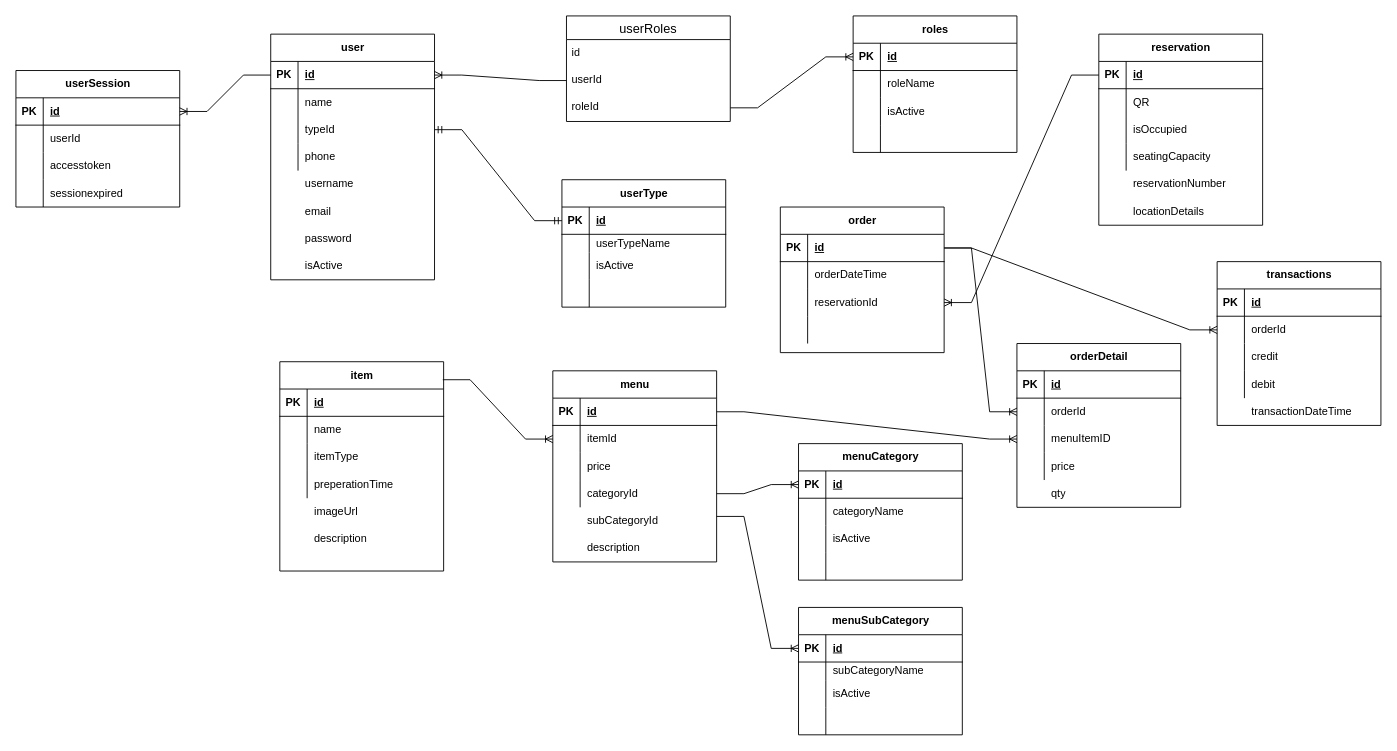
zakk616/resturant-erd keeps this draw.io diagram as resturant-erd.drawio. Above is the earlier version. Source tidied: cells renumbered, new cells numbered last; positions are measured from the earlier drawing's top-left corner, leaving out a move shared by most shapes. Both pictures are drawn from the tidied source at 91%, with x=0, y=0 at pixel (15, 15).
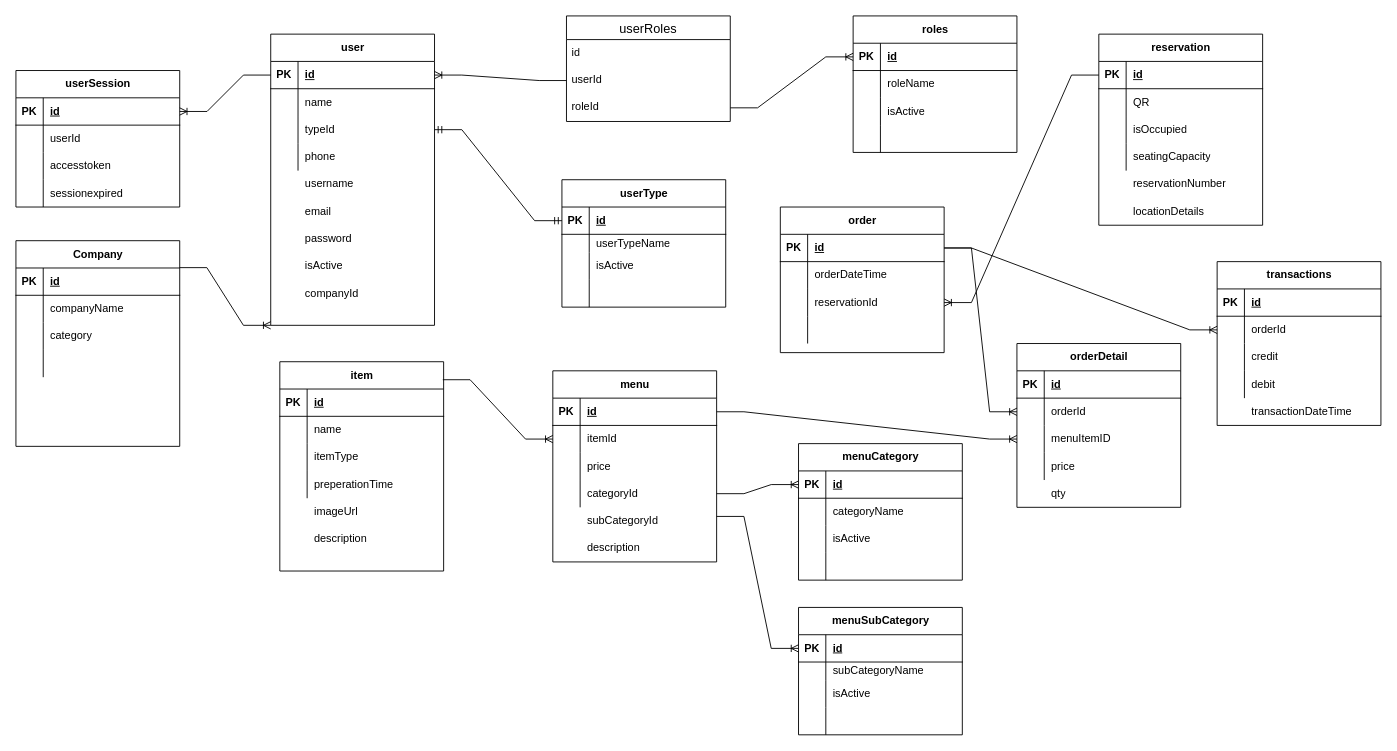
Above is the later version.

Diff of the diagram source:
```diff
@@
     <mxCell id="2" value="user" style="shape=table;startSize=30;childLayout=tableLayout;rowLines=0;fontStyle=1;align=center;html=1;" parent="1" vertex="1">
-      <mxGeometry x="280" y="20" width="180" height="270" as="geometry" />
+      <mxGeometry x="280" y="20" width="180" height="320" as="geometry" />
     </mxCell>
@@
+    <mxCell id="186" value="Company" style="shape=table;startSize=30;childLayout=tableLayout;rowLines=0;fontStyle=1;align=center;html=1;" parent="1" vertex="1">
+      <mxGeometry y="247" width="180" height="226" as="geometry" />
+    </mxCell>
+    <mxCell id="187" style="shape=tableRow;horizontal=0;startSize=0;swimlaneHead=0;swimlaneBody=0;fillColor=none;top=0;left=0;right=0;bottom=1;" parent="186" vertex="1">
+      <mxGeometry y="30" width="180" height="30" as="geometry" />
+    </mxCell>
+    <mxCell id="188" value="PK" style="shape=partialRectangle;fillColor=none;top=0;left=0;bottom=0;right=0;fontStyle=1;overflow=hidden;whiteSpace=wrap;html=1;" parent="187" vertex="1">
+      <mxGeometry width="30" height="30" as="geometry" />
+    </mxCell>
+    <mxCell id="189" value="id" style="shape=partialRectangle;fillColor=none;top=0;left=0;bottom=0;right=0;align=left;spacingLeft=6;fontStyle=5;overflow=hidden;whiteSpace=wrap;html=1;" parent="187" vertex="1">
+      <mxGeometry x="30" width="150" height="30" as="geometry" />
+    </mxCell>
+    <mxCell id="190" style="shape=tableRow;horizontal=0;startSize=0;swimlaneHead=0;swimlaneBody=0;fillColor=none;top=0;left=0;right=0;bottom=0;" parent="186" vertex="1">
+      <mxGeometry y="60" width="180" height="30" as="geometry" />
+    </mxCell>
+    <mxCell id="191" style="shape=partialRectangle;fillColor=none;top=0;left=0;bottom=0;right=0;overflow=hidden;whiteSpace=wrap;html=1;" parent="190" vertex="1">
+      <mxGeometry width="30" height="30" as="geometry" />
+    </mxCell>
+    <mxCell id="192" value="companyName" style="shape=partialRectangle;fillColor=none;top=0;left=0;bottom=0;right=0;align=left;spacingLeft=6;overflow=hidden;whiteSpace=wrap;html=1;" parent="190" vertex="1">
+      <mxGeometry x="30" width="150" height="30" as="geometry" />
+    </mxCell>
+    <mxCell id="193" style="shape=tableRow;horizontal=0;startSize=0;swimlaneHead=0;swimlaneBody=0;fillColor=none;top=0;left=0;right=0;bottom=0;" parent="186" vertex="1">
+      <mxGeometry y="90" width="180" height="30" as="geometry" />
+    </mxCell>
+    <mxCell id="194" style="shape=partialRectangle;fillColor=none;top=0;left=0;bottom=0;right=0;overflow=hidden;whiteSpace=wrap;html=1;" parent="193" vertex="1">
+      <mxGeometry width="30" height="30" as="geometry" />
+    </mxCell>
+    <mxCell id="195" value="category" style="shape=partialRectangle;fillColor=none;top=0;left=0;bottom=0;right=0;align=left;spacingLeft=6;overflow=hidden;whiteSpace=wrap;html=1;" parent="193" vertex="1">
+      <mxGeometry x="30" width="150" height="30" as="geometry" />
+    </mxCell>
+    <mxCell id="196" style="shape=tableRow;horizontal=0;startSize=0;swimlaneHead=0;swimlaneBody=0;fillColor=none;top=0;left=0;right=0;bottom=0;" parent="186" vertex="1">
+      <mxGeometry y="120" width="180" height="30" as="geometry" />
+    </mxCell>
+    <mxCell id="197" style="shape=partialRectangle;fillColor=none;top=0;left=0;bottom=0;right=0;overflow=hidden;whiteSpace=wrap;html=1;" parent="196" vertex="1">
+      <mxGeometry width="30" height="30" as="geometry" />
+    </mxCell>
+    <mxCell id="198" style="shape=partialRectangle;fillColor=none;top=0;left=0;bottom=0;right=0;align=left;spacingLeft=6;overflow=hidden;whiteSpace=wrap;html=1;" parent="196" vertex="1">
+      <mxGeometry x="30" width="150" height="30" as="geometry" />
+    </mxCell>
+    <mxCell id="199" value="companyId" style="shape=partialRectangle;fillColor=none;top=0;left=0;bottom=0;right=0;align=left;spacingLeft=6;overflow=hidden;whiteSpace=wrap;html=1;" parent="1" vertex="1">
+      <mxGeometry x="310" y="290" width="150" height="30" as="geometry" />
+    </mxCell>
+    <mxCell id="200" style="edgeStyle=entityRelationEdgeStyle;fontSize=12;html=1;endArrow=ERoneToMany;rounded=0;exitX=0.999;exitY=0.131;exitDx=0;exitDy=0;exitPerimeter=0;entryX=0;entryY=1;entryDx=0;entryDy=0;" parent="1" edge="1" source="186" target="2">
+      <mxGeometry relative="1" as="geometry">
+        <Array as="points">
+          <mxPoint x="-120" y="244" />
+        </Array>
+      </mxGeometry>
+    </mxCell>
```
